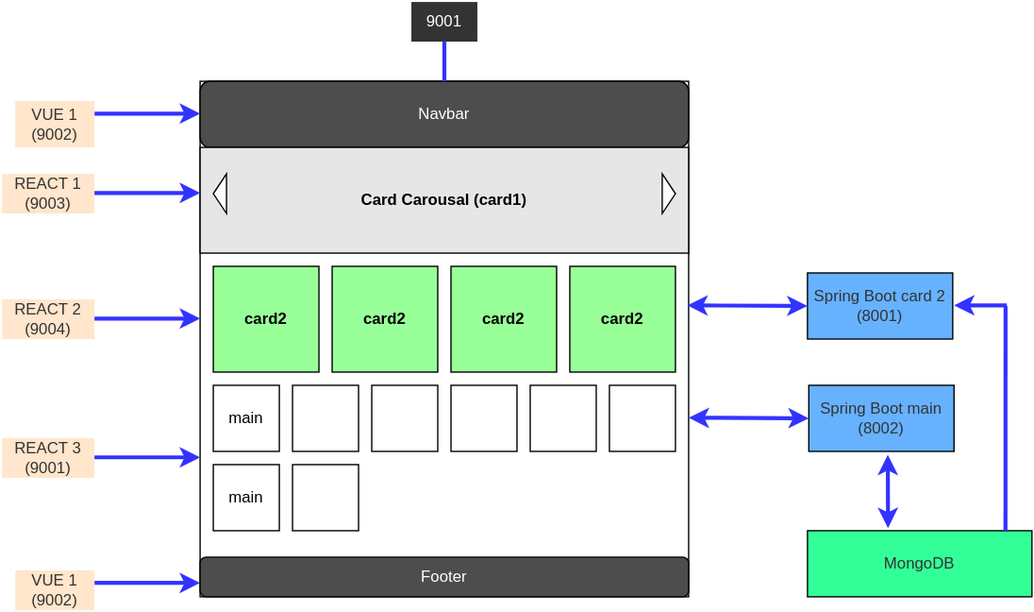
Before: GithubImages/arch.svg, a diagram exported from draw.io (100sarthak100/MicroFrontend_SingleSPA). Source tidied: cells renumbered, new cells last; positions are measured from the earlier drawing's top-left corner, leaving out a move shared by most shapes.
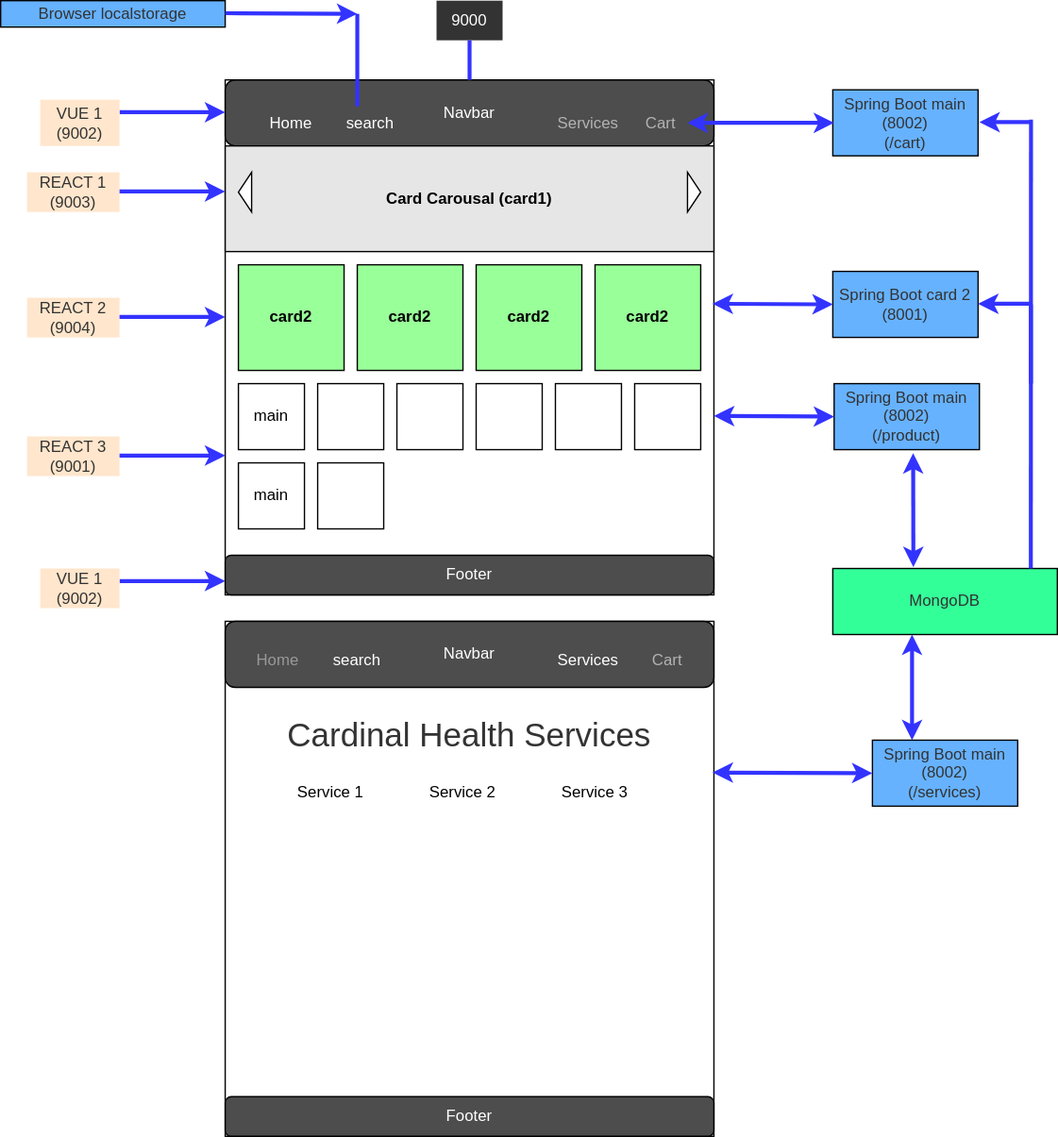
The same diagram one commit later.

Change to the diagram source:
```diff
@@ -95,11 +95,11 @@
     <mxCell id="27" value="Footer" style="rounded=1;whiteSpace=wrap;html=1;labelBackgroundColor=none;fillColor=#4D4D4D;fontColor=#FFFFFF;" parent="1" vertex="1">
       <mxGeometry x="150" y="420" width="370" height="30" as="geometry" />
     </mxCell>
-    <mxCell id="28" value="Spring Boot main (8002)" style="rounded=0;whiteSpace=wrap;html=1;labelBackgroundColor=none;fontColor=#333333;fillColor=#66B2FF;" parent="1" vertex="1">
+    <mxCell id="28" value="Spring Boot main (8002)&lt;br&gt;(/product)" style="rounded=0;whiteSpace=wrap;html=1;labelBackgroundColor=none;fontColor=#333333;fillColor=#66B2FF;" parent="1" vertex="1">
       <mxGeometry x="611" y="290" width="110" height="50" as="geometry" />
     </mxCell>
     <mxCell id="29" value="MongoDB" style="rounded=0;whiteSpace=wrap;html=1;labelBackgroundColor=none;fontColor=#333333;fillColor=#33FF99;" parent="1" vertex="1">
-      <mxGeometry x="610" y="400" width="170" height="50" as="geometry" />
+      <mxGeometry x="610" y="430" width="170" height="50" as="geometry" />
     </mxCell>
     <mxCell id="30" style="html=1;shadow=0;dashed=0;align=center;verticalAlign=middle;shape=mxgraph.arrows2.arrow;dy=0.6;dx=40;flipH=1;notch=0;labelBackgroundColor=none;fontColor=#333333;fillColor=#FFFFFF;" parent="1" vertex="1">
       <mxGeometry x="160" y="130" width="10" height="30" as="geometry" />
@@ -109,7 +109,7 @@
     </mxCell>
     <mxCell id="32" style="endArrow=classic;startArrow=classic;html=1;fontColor=#333333;entryX=0.544;entryY=1.052;entryDx=0;entryDy=0;entryPerimeter=0;strokeWidth=3;strokeColor=#3333FF;" parent="1" edge="1" target="28">
       <mxGeometry relative="1" as="geometry">
-        <mxPoint x="671" y="398" as="sourcePoint" />
+        <mxPoint x="671" y="429" as="sourcePoint" />
       </mxGeometry>
     </mxCell>
     <mxCell id="33" style="endArrow=classic;startArrow=classic;html=1;fontColor=#333333;entryX=0;entryY=0.5;entryDx=0;entryDy=0;strokeWidth=3;strokeColor=#3333FF;" parent="1" edge="1" target="28">
@@ -126,7 +126,7 @@
         <mxPoint x="610" y="230" as="targetPoint" />
       </mxGeometry>
     </mxCell>
-    <mxCell id="36" value="9001" style="text;html=1;strokeColor=none;align=center;verticalAlign=middle;whiteSpace=wrap;rounded=0;labelBackgroundColor=none;fillColor=#333333;fontColor=#FFFFFF;" parent="1" vertex="1">
+    <mxCell id="36" value="9000" style="text;html=1;strokeColor=none;align=center;verticalAlign=middle;whiteSpace=wrap;rounded=0;labelBackgroundColor=none;fillColor=#333333;fontColor=#FFFFFF;" parent="1" vertex="1">
       <mxGeometry x="310" width="50" height="30" as="geometry" />
     </mxCell>
     <mxCell id="37" style="endArrow=none;html=1;fontColor=#FFFFFF;entryX=0.5;entryY=1;entryDx=0;entryDy=0;strokeWidth=3;strokeColor=#3333FF;" parent="1" edge="1" source="3" target="36">
@@ -134,8 +134,8 @@
     </mxCell>
     <mxCell id="38" style="endArrow=classic;html=1;fontColor=#FFFFFF;strokeWidth=3;strokeColor=#3333FF;" parent="1" edge="1">
       <mxGeometry relative="1" as="geometry">
-        <mxPoint x="761" y="229.5" as="sourcePoint" />
-        <mxPoint x="721" y="229.5" as="targetPoint" />
+        <mxPoint x="761" y="92" as="sourcePoint" />
+        <mxPoint x="721" y="92" as="targetPoint" />
       </mxGeometry>
     </mxCell>
     <mxCell id="39" style="endArrow=none;html=1;fontColor=#FFFFFF;exitX=0.882;exitY=0;exitDx=0;exitDy=0;exitPerimeter=0;strokeWidth=3;strokeColor=#3333FF;" parent="1" edge="1" source="29">
@@ -143,5 +143,99 @@
         <mxPoint x="760" y="230" as="targetPoint" />
       </mxGeometry>
     </mxCell>
+    <mxCell id="40" value="&lt;font color=&quot;#ffffff&quot;&gt;Home&lt;/font&gt;" style="text;html=1;strokeColor=none;fillColor=none;align=center;verticalAlign=middle;whiteSpace=wrap;rounded=0;" parent="1" vertex="1">
+      <mxGeometry x="180" y="82.5" width="40" height="20" as="geometry" />
+    </mxCell>
+    <mxCell id="41" value="&lt;font color=&quot;#b3b3b3&quot;&gt;Services&lt;/font&gt;" style="text;html=1;strokeColor=none;fillColor=none;align=center;verticalAlign=middle;whiteSpace=wrap;rounded=0;" parent="1" vertex="1">
+      <mxGeometry x="405" y="82.5" width="40" height="20" as="geometry" />
+    </mxCell>
+    <mxCell id="42" style="rounded=0;whiteSpace=wrap;html=1;labelBackgroundColor=none;fontColor=#333333;fillColor=#FFFFFF;" parent="1" vertex="1">
+      <mxGeometry x="150" y="470" width="370" height="390" as="geometry" />
+    </mxCell>
+    <mxCell id="43" value="Navbar" style="rounded=1;whiteSpace=wrap;html=1;labelBackgroundColor=none;fillColor=#4D4D4D;fontColor=#FFFFFF;" parent="1" vertex="1">
+      <mxGeometry x="150" y="470" width="370" height="50" as="geometry" />
+    </mxCell>
+    <mxCell id="44" value="&lt;font color=&quot;#999999&quot;&gt;Home&lt;/font&gt;" style="text;html=1;strokeColor=none;fillColor=none;align=center;verticalAlign=middle;whiteSpace=wrap;rounded=0;" parent="1" vertex="1">
+      <mxGeometry x="170" y="490" width="40" height="20" as="geometry" />
+    </mxCell>
+    <mxCell id="45" value="&lt;font color=&quot;#ffffff&quot;&gt;Services&lt;/font&gt;" style="text;html=1;strokeColor=none;fillColor=none;align=center;verticalAlign=middle;whiteSpace=wrap;rounded=0;" parent="1" vertex="1">
+      <mxGeometry x="405" y="490" width="40" height="20" as="geometry" />
+    </mxCell>
+    <mxCell id="46" value="&lt;font color=&quot;#333333&quot; style=&quot;font-size: 25px&quot;&gt;Cardinal Health Services&lt;/font&gt;" style="text;html=1;strokeColor=none;fillColor=none;align=center;verticalAlign=middle;whiteSpace=wrap;rounded=0;" parent="1" vertex="1">
+      <mxGeometry x="180" y="510" width="310" height="90" as="geometry" />
+    </mxCell>
+    <mxCell id="47" value="Service 2" style="text;html=1;strokeColor=none;fillColor=none;align=center;verticalAlign=middle;whiteSpace=wrap;rounded=0;" parent="1" vertex="1">
+      <mxGeometry x="300" y="590" width="60" height="20" as="geometry" />
+    </mxCell>
+    <mxCell id="48" value="Service 3" style="text;html=1;strokeColor=none;fillColor=none;align=center;verticalAlign=middle;whiteSpace=wrap;rounded=0;" parent="1" vertex="1">
+      <mxGeometry x="400" y="590" width="60" height="20" as="geometry" />
+    </mxCell>
+    <mxCell id="49" value="Service 1" style="text;html=1;strokeColor=none;fillColor=none;align=center;verticalAlign=middle;whiteSpace=wrap;rounded=0;" parent="1" vertex="1">
+      <mxGeometry x="200" y="590" width="60" height="20" as="geometry" />
+    </mxCell>
+    <mxCell id="50" value="Spring Boot main (8002)&lt;br&gt;(/services)" style="rounded=0;whiteSpace=wrap;html=1;labelBackgroundColor=none;fontColor=#333333;fillColor=#66B2FF;" parent="1" vertex="1">
+      <mxGeometry x="640" y="560" width="110" height="50" as="geometry" />
+    </mxCell>
+    <mxCell id="51" value="&lt;font color=&quot;#b3b3b3&quot;&gt;Cart&lt;/font&gt;" style="text;html=1;strokeColor=none;fillColor=none;align=center;verticalAlign=middle;whiteSpace=wrap;rounded=0;" parent="1" vertex="1">
+      <mxGeometry x="460" y="82.5" width="40" height="20" as="geometry" />
+    </mxCell>
+    <mxCell id="52" value="Spring Boot main (8002)&lt;br&gt;(/cart)" style="rounded=0;whiteSpace=wrap;html=1;labelBackgroundColor=none;fontColor=#333333;fillColor=#66B2FF;" parent="1" vertex="1">
+      <mxGeometry x="610" y="67.5" width="110" height="50" as="geometry" />
+    </mxCell>
+    <mxCell id="53" style="endArrow=classic;startArrow=classic;html=1;fontColor=#333333;entryX=0.544;entryY=1.052;entryDx=0;entryDy=0;entryPerimeter=0;strokeWidth=3;strokeColor=#3333FF;" parent="1" edge="1">
+      <mxGeometry relative="1" as="geometry">
+        <mxPoint x="670" y="560" as="sourcePoint" />
+        <mxPoint x="670" y="480" as="targetPoint" />
+      </mxGeometry>
+    </mxCell>
+    <mxCell id="54" style="endArrow=none;html=1;fontColor=#FFFFFF;exitX=0.882;exitY=0;exitDx=0;exitDy=0;exitPerimeter=0;strokeWidth=3;strokeColor=#3333FF;" parent="1" edge="1">
+      <mxGeometry relative="1" as="geometry">
+        <mxPoint x="760" y="290" as="sourcePoint" />
+        <mxPoint x="760.1" y="90" as="targetPoint" />
+      </mxGeometry>
+    </mxCell>
+    <mxCell id="55" style="endArrow=classic;html=1;fontColor=#FFFFFF;strokeWidth=3;strokeColor=#3333FF;" parent="1" edge="1">
+      <mxGeometry relative="1" as="geometry">
+        <mxPoint x="760" y="229.5" as="sourcePoint" />
+        <mxPoint x="720" y="229.5" as="targetPoint" />
+      </mxGeometry>
+    </mxCell>
+    <mxCell id="56" style="endArrow=classic;startArrow=classic;html=1;fontColor=#333333;entryX=0;entryY=0.5;entryDx=0;entryDy=0;strokeWidth=3;strokeColor=#3333FF;" parent="1" edge="1" source="51">
+      <mxGeometry relative="1" as="geometry">
+        <mxPoint x="611" y="92.5" as="targetPoint" />
+      </mxGeometry>
+    </mxCell>
+    <mxCell id="57" style="endArrow=classic;startArrow=classic;html=1;fontColor=#333333;entryX=0;entryY=0.5;entryDx=0;entryDy=0;strokeWidth=3;strokeColor=#3333FF;" parent="1" edge="1" target="50">
+      <mxGeometry relative="1" as="geometry">
+        <mxPoint x="519" y="584.5" as="sourcePoint" />
+      </mxGeometry>
+    </mxCell>
+    <mxCell id="58" value="&lt;font color=&quot;#b3b3b3&quot;&gt;Cart&lt;/font&gt;" style="text;html=1;strokeColor=none;fillColor=none;align=center;verticalAlign=middle;whiteSpace=wrap;rounded=0;" parent="1" vertex="1">
+      <mxGeometry x="465" y="490" width="40" height="20" as="geometry" />
+    </mxCell>
+    <mxCell id="59" value="Footer" style="rounded=1;whiteSpace=wrap;html=1;labelBackgroundColor=none;fillColor=#4D4D4D;fontColor=#FFFFFF;" parent="1" vertex="1">
+      <mxGeometry x="150" y="830" width="370" height="30" as="geometry" />
+    </mxCell>
+    <mxCell id="60" value="&lt;font color=&quot;#ffffff&quot;&gt;search&lt;/font&gt;" style="text;html=1;strokeColor=none;fillColor=none;align=center;verticalAlign=middle;whiteSpace=wrap;rounded=0;" parent="1" vertex="1">
+      <mxGeometry x="240" y="82.5" width="40" height="20" as="geometry" />
+    </mxCell>
+    <mxCell id="61" value="&lt;font color=&quot;#ffffff&quot;&gt;search&lt;/font&gt;" style="text;html=1;strokeColor=none;fillColor=none;align=center;verticalAlign=middle;whiteSpace=wrap;rounded=0;" parent="1" vertex="1">
+      <mxGeometry x="230" y="490" width="40" height="20" as="geometry" />
+    </mxCell>
+    <mxCell id="62" value="Browser localstorage" style="rounded=0;whiteSpace=wrap;html=1;labelBackgroundColor=none;fontColor=#333333;fillColor=#66B2FF;" parent="1" vertex="1">
+      <mxGeometry x="-20" width="170" height="20" as="geometry" />
+    </mxCell>
+    <mxCell id="63" style="endArrow=none;html=1;fontColor=#FFFFFF;strokeWidth=3;strokeColor=#3333FF;" parent="1" edge="1">
+      <mxGeometry relative="1" as="geometry">
+        <mxPoint x="250" y="80" as="sourcePoint" />
+        <mxPoint x="250" y="10" as="targetPoint" />
+      </mxGeometry>
+    </mxCell>
+    <mxCell id="64" style="endArrow=classic;html=1;fontColor=#FFFFFF;curved=1;strokeWidth=3;strokeColor=#3333FF;" parent="1" edge="1">
+      <mxGeometry relative="1" as="geometry">
+        <mxPoint x="150" y="9.5" as="sourcePoint" />
+        <mxPoint x="250" y="10" as="targetPoint" />
+      </mxGeometry>
+    </mxCell>
   </root>
 </mxGraphModel>
```
